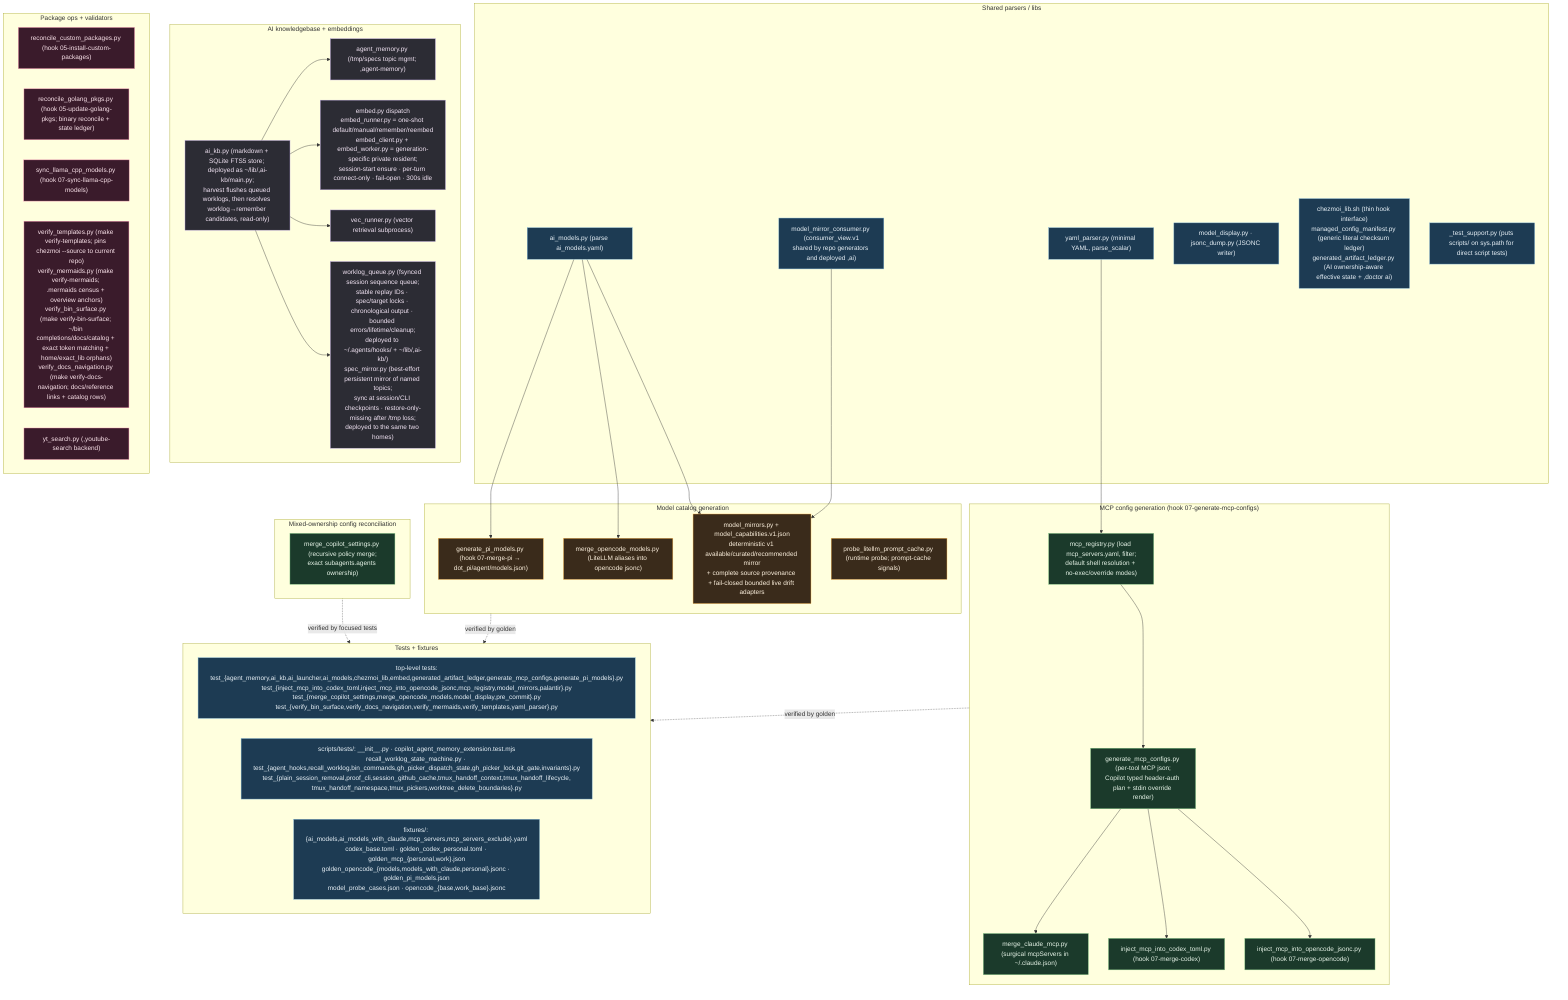
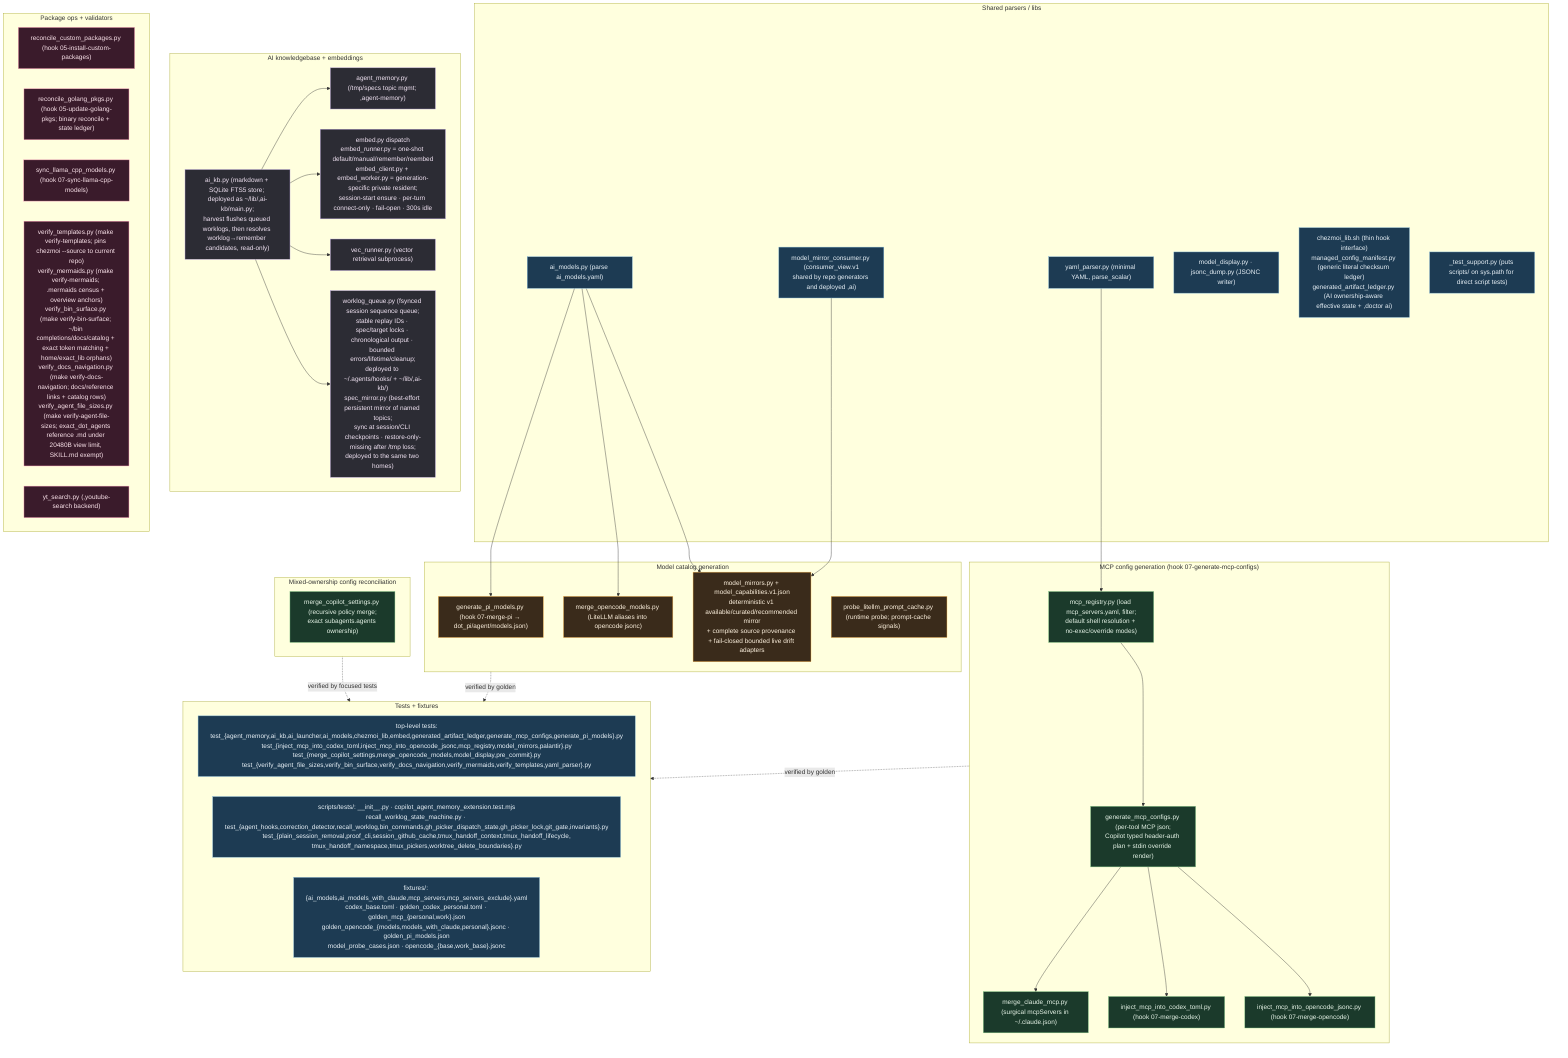
%% ============================================================================
- %% 11-scripts-helpers.mmd — Every file in scripts/ (93). Repo-side Python
+ %% 11-scripts-helpers.mmd — Every file in scripts/ (96). Repo-side Python
%% (stdlib only, no PyYAML) called by chezmoi 07-* hooks + ,bin commands.
%% Grouped by consumer. Shared parsers feed the generators/mergers.
%% ============================================================================
flowchart TB
    classDef shared fill:#1d3b53,stroke:#7fb3d5,color:#eaf2f8;
    classDef mcp fill:#1b3a2b,stroke:#81c784,color:#e8f5e9;
    classDef model fill:#3a2b1b,stroke:#ffb74d,color:#fff3e0;
    classDef ai fill:#2c2c34,stroke:#b39ddb,color:#f3e5f5;
    classDef misc fill:#3a1b2b,stroke:#f48fb1,color:#fce4ec;

    subgraph SHARED["Shared parsers / libs"]
        YP["yaml_parser.py (minimal YAML, parse_scalar)"]:::shared
        AM["ai_models.py (parse ai_models.yaml)"]:::shared
        MC["model_mirror_consumer.py (consumer_view.v1<br/>shared by repo generators and deployed ,ai)"]:::shared
        MD["model_display.py · jsonc_dump.py (JSONC writer)"]:::shared
        CL["chezmoi_lib.sh (thin hook interface)<br/>managed_config_manifest.py (generic literal checksum ledger)<br/>generated_artifact_ledger.py (AI ownership-aware effective state + ,doctor ai)"]:::shared
        TS["_test_support.py (puts scripts/ on sys.path for direct script tests)"]:::shared
    end

    subgraph MCPGEN["MCP config generation (hook 07-generate-mcp-configs)"]
        MR["mcp_registry.py (load mcp_servers.yaml, filter;<br/>default shell resolution + no-exec/override modes)"]:::mcp
        GMC["generate_mcp_configs.py (per-tool MCP json;<br/>Copilot typed header-auth plan + stdin override render)"]:::mcp
        MCM["merge_claude_mcp.py (surgical mcpServers in ~/.claude.json)"]:::mcp
        ICT["inject_mcp_into_codex_toml.py (hook 07-merge-codex)"]:::mcp
        IOJ["inject_mcp_into_opencode_jsonc.py (hook 07-merge-opencode)"]:::mcp
    end
    YP --> MR --> GMC --> MCM & ICT & IOJ

    subgraph RECON["Mixed-ownership config reconciliation"]
        MCS["merge_copilot_settings.py (recursive policy merge;<br/>exact subagents.agents ownership)"]:::mcp
    end

    subgraph MODELGEN["Model catalog generation"]
        GPM["generate_pi_models.py (hook 07-merge-pi → dot_pi/agent/models.json)"]:::model
        MOM["merge_opencode_models.py (LiteLLM aliases into opencode jsonc)"]:::model
        MM["model_mirrors.py + model_capabilities.v1.json<br/>deterministic v1 available/curated/recommended mirror<br/>+ complete source provenance + fail-closed bounded live drift adapters"]:::model
        PLP["probe_litellm_prompt_cache.py (runtime probe; prompt-cache signals)"]:::model
    end
    AM --> GPM & MOM & MM
    MC --> MM

    subgraph AIKB["AI knowledgebase + embeddings"]
        KB["ai_kb.py (markdown + SQLite FTS5 store; deployed as ~/lib/,ai-kb/main.py;<br/>harvest flushes queued worklogs, then resolves worklog→remember candidates, read-only)"]:::ai
        WQ["worklog_queue.py (fsynced session sequence queue;<br/>stable replay IDs · spec/target locks · chronological output · bounded errors/lifetime/cleanup;<br/>deployed to ~/.agents/hooks/ + ~/lib/,ai-kb/)<br/>spec_mirror.py (best-effort persistent mirror of named topics;<br/>sync at session/CLI checkpoints · restore-only-missing after /tmp loss;<br/>deployed to the same two homes)"]:::ai
        EMB["embed.py dispatch<br/>embed_runner.py = one-shot default/manual/remember/reembed<br/>embed_client.py + embed_worker.py = generation-specific private resident;<br/>session-start ensure · per-turn connect-only · fail-open · 300s idle"]:::ai
        VEC["vec_runner.py (vector retrieval subprocess)"]:::ai
        AGM["agent_memory.py (/tmp/specs topic mgmt; ,agent-memory)"]:::ai
    end
    KB --> AGM & EMB & VEC & WQ

    subgraph ORCH["Package ops + validators"]
        RCP["reconcile_custom_packages.py (hook 05-install-custom-packages)"]:::misc
        RGP["reconcile_golang_pkgs.py (hook 05-update-golang-pkgs; binary reconcile + state ledger)"]:::misc
        SLC["sync_llama_cpp_models.py (hook 07-sync-llama-cpp-models)"]:::misc
-         VT["verify_templates.py (make verify-templates; pins chezmoi --source to current repo)<br/>verify_mermaids.py (make verify-mermaids; .mermaids census + overview anchors)<br/>verify_bin_surface.py (make verify-bin-surface; ~/bin completions/docs/catalog + exact token matching + home/exact_lib orphans)<br/>verify_docs_navigation.py (make verify-docs-navigation; docs/reference links + catalog rows)"]:::misc
+         VT["verify_templates.py (make verify-templates; pins chezmoi --source to current repo)<br/>verify_mermaids.py (make verify-mermaids; .mermaids census + overview anchors)<br/>verify_bin_surface.py (make verify-bin-surface; ~/bin completions/docs/catalog + exact token matching + home/exact_lib orphans)<br/>verify_docs_navigation.py (make verify-docs-navigation; docs/reference links + catalog rows)<br/>verify_agent_file_sizes.py (make verify-agent-file-sizes; exact_dot_agents reference .md under 20480B view limit, SKILL.md exempt)"]:::misc
        YT["yt_search.py (,youtube-search backend)"]:::misc
    end

    subgraph TESTS["Tests + fixtures"]
-         TT["top-level tests:<br/>test_{agent_memory,ai_kb,ai_launcher,ai_models,chezmoi_lib,embed,generated_artifact_ledger,generate_mcp_configs,generate_pi_models}.py<br/>test_{inject_mcp_into_codex_toml,inject_mcp_into_opencode_jsonc,mcp_registry,model_mirrors,palantir}.py<br/>test_{merge_copilot_settings,merge_opencode_models,model_display,pre_commit}.py<br/>test_{verify_bin_surface,verify_docs_navigation,verify_mermaids,verify_templates,yaml_parser}.py"]:::shared
-         IT["scripts/tests/: __init__.py · copilot_agent_memory_extension.test.mjs<br/>recall_worklog_state_machine.py · test_{agent_hooks,recall_worklog,bin_commands,gh_picker_dispatch_state,gh_picker_lock,git_gate,invariants}.py<br/>test_{plain_session_removal,proof_cli,session_github_cache,tmux_handoff_context,tmux_handoff_lifecycle,<br/>tmux_handoff_namespace,tmux_pickers,worktree_delete_boundaries}.py"]:::shared
+         TT["top-level tests:<br/>test_{agent_memory,ai_kb,ai_launcher,ai_models,chezmoi_lib,embed,generated_artifact_ledger,generate_mcp_configs,generate_pi_models}.py<br/>test_{inject_mcp_into_codex_toml,inject_mcp_into_opencode_jsonc,mcp_registry,model_mirrors,palantir}.py<br/>test_{merge_copilot_settings,merge_opencode_models,model_display,pre_commit}.py<br/>test_{verify_agent_file_sizes,verify_bin_surface,verify_docs_navigation,verify_mermaids,verify_templates,yaml_parser}.py"]:::shared
+         IT["scripts/tests/: __init__.py · copilot_agent_memory_extension.test.mjs<br/>recall_worklog_state_machine.py · test_{agent_hooks,correction_detector,recall_worklog,bin_commands,gh_picker_dispatch_state,gh_picker_lock,git_gate,invariants}.py<br/>test_{plain_session_removal,proof_cli,session_github_cache,tmux_handoff_context,tmux_handoff_lifecycle,<br/>tmux_handoff_namespace,tmux_pickers,worktree_delete_boundaries}.py"]:::shared
        FX["fixtures/: {ai_models,ai_models_with_claude,mcp_servers,mcp_servers_exclude}.yaml<br/>codex_base.toml · golden_codex_personal.toml · golden_mcp_{personal,work}.json<br/>golden_opencode_{models,models_with_claude,personal}.jsonc · golden_pi_models.json<br/>model_probe_cases.json · opencode_{base,work_base}.jsonc"]:::shared
    end
    MCPGEN -.verified by golden.-> TESTS
    RECON -.verified by focused tests.-> TESTS
    MODELGEN -.verified by golden.-> TESTS
